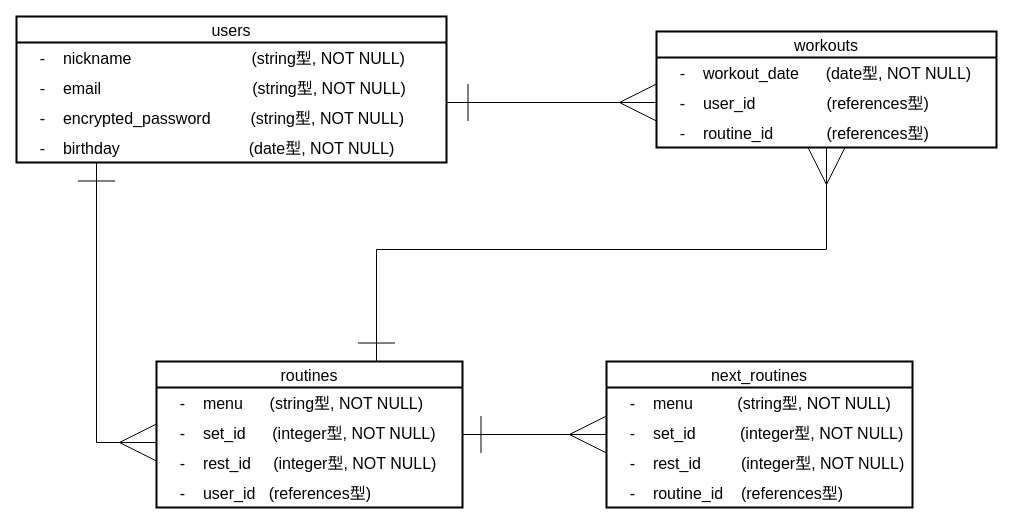
Above: ERgraph.dio in Morlley/muscle-time-keeper (draw.io), before the change. Source tidied: cells renumbered, new cells numbered last; positions are measured from the earlier drawing's top-left corner, leaving out a move shared by most shapes. Both pictures are drawn from the tidied source at 100%, with x=0, y=0 at pixel (16, 16).
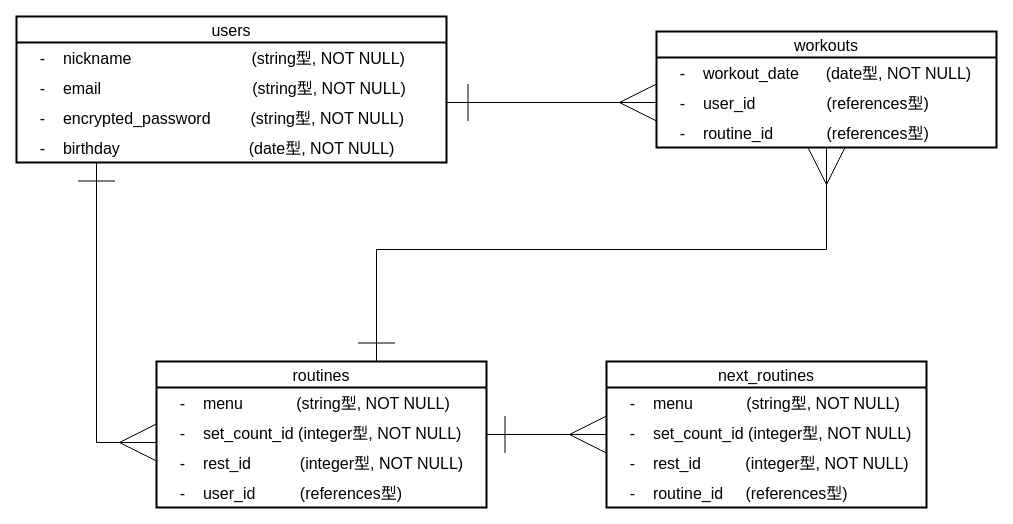
The same diagram, later.

Commit message (it also covers changes not shown here):
Routine及びNextRoutineのsetをset_count_id

Change to the diagram source:
```diff
@@
     <mxCell id="13" value="routines" style="swimlane;fontStyle=0;horizontal=1;startSize=26;align=center;fontSize=16;strokeWidth=2;" parent="1" vertex="1">
-      <mxGeometry x="140" y="345" width="306" height="146" as="geometry" />
+      <mxGeometry x="140" y="345" width="330" height="146" as="geometry" />
     </mxCell>
-    <mxCell id="14" value="    -    menu      (string型, NOT NULL)" style="text;strokeColor=none;fillColor=none;spacingLeft=4;spacingRight=4;overflow=hidden;fontSize=16;strokeWidth=2;" parent="13" vertex="1">
-      <mxGeometry y="26" width="306" height="30" as="geometry" />
+    <mxCell id="14" value="    -    menu            (string型, NOT NULL)" style="text;strokeColor=none;fillColor=none;spacingLeft=4;spacingRight=4;overflow=hidden;fontSize=16;strokeWidth=2;" parent="13" vertex="1">
+      <mxGeometry y="26" width="330" height="30" as="geometry" />
     </mxCell>
-    <mxCell id="15" value="    -    set_id      (integer型, NOT NULL)" style="text;strokeColor=none;fillColor=none;spacingLeft=4;spacingRight=4;overflow=hidden;fontSize=16;strokeWidth=2;" parent="13" vertex="1">
-      <mxGeometry y="56" width="306" height="30" as="geometry" />
+    <mxCell id="15" value="    -    set_count_id (integer型, NOT NULL)" style="text;strokeColor=none;fillColor=none;spacingLeft=4;spacingRight=4;overflow=hidden;fontSize=16;strokeWidth=2;" parent="13" vertex="1">
+      <mxGeometry y="56" width="330" height="30" as="geometry" />
     </mxCell>
-    <mxCell id="16" value="    -    rest_id     (integer型, NOT NULL)" style="text;strokeColor=none;fillColor=none;spacingLeft=4;spacingRight=4;overflow=hidden;fontSize=16;strokeWidth=2;" parent="13" vertex="1">
-      <mxGeometry y="86" width="306" height="30" as="geometry" />
+    <mxCell id="16" value="    -    rest_id           (integer型, NOT NULL)" style="text;strokeColor=none;fillColor=none;spacingLeft=4;spacingRight=4;overflow=hidden;fontSize=16;strokeWidth=2;" parent="13" vertex="1">
+      <mxGeometry y="86" width="330" height="30" as="geometry" />
     </mxCell>
-    <mxCell id="17" value="    -    user_id   (references型)" style="text;strokeColor=none;fillColor=none;spacingLeft=4;spacingRight=4;overflow=hidden;fontSize=16;strokeWidth=2;" parent="13" vertex="1">
-      <mxGeometry y="116" width="306" height="30" as="geometry" />
+    <mxCell id="17" value="    -    user_id          (references型)" style="text;strokeColor=none;fillColor=none;spacingLeft=4;spacingRight=4;overflow=hidden;fontSize=16;strokeWidth=2;" parent="13" vertex="1">
+      <mxGeometry y="116" width="330" height="30" as="geometry" />
     </mxCell>
@@
     <mxCell id="19" value="next_routines" style="swimlane;fontStyle=0;horizontal=1;startSize=26;align=center;fontSize=16;strokeWidth=2;" parent="1" vertex="1">
-      <mxGeometry x="590" y="345" width="306" height="146" as="geometry" />
+      <mxGeometry x="590" y="345" width="320" height="146" as="geometry" />
     </mxCell>
-    <mxCell id="20" value="    -    menu          (string型, NOT NULL)" style="text;strokeColor=none;fillColor=none;spacingLeft=4;spacingRight=4;overflow=hidden;fontSize=16;strokeWidth=2;" parent="19" vertex="1">
-      <mxGeometry y="26" width="306" height="30" as="geometry" />
+    <mxCell id="20" value="    -    menu            (string型, NOT NULL)" style="text;strokeColor=none;fillColor=none;spacingLeft=4;spacingRight=4;overflow=hidden;fontSize=16;strokeWidth=2;" parent="19" vertex="1">
+      <mxGeometry y="26" width="320" height="30" as="geometry" />
     </mxCell>
-    <mxCell id="21" value="    -    set_id          (integer型, NOT NULL)" style="text;strokeColor=none;fillColor=none;spacingLeft=4;spacingRight=4;overflow=hidden;fontSize=16;strokeWidth=2;" parent="19" vertex="1">
-      <mxGeometry y="56" width="306" height="30" as="geometry" />
+    <mxCell id="21" value="    -    set_count_id (integer型, NOT NULL)" style="text;strokeColor=none;fillColor=none;spacingLeft=4;spacingRight=4;overflow=hidden;fontSize=16;strokeWidth=2;" parent="19" vertex="1">
+      <mxGeometry y="56" width="320" height="30" as="geometry" />
     </mxCell>
-    <mxCell id="22" value="    -    rest_id         (integer型, NOT NULL)" style="text;strokeColor=none;fillColor=none;spacingLeft=4;spacingRight=4;overflow=hidden;fontSize=16;strokeWidth=2;" parent="19" vertex="1">
-      <mxGeometry y="86" width="306" height="30" as="geometry" />
+    <mxCell id="22" value="    -    rest_id          (integer型, NOT NULL)" style="text;strokeColor=none;fillColor=none;spacingLeft=4;spacingRight=4;overflow=hidden;fontSize=16;strokeWidth=2;" parent="19" vertex="1">
+      <mxGeometry y="86" width="320" height="30" as="geometry" />
     </mxCell>
-    <mxCell id="23" value="    -    routine_id    (references型)" style="text;strokeColor=none;fillColor=none;spacingLeft=4;spacingRight=4;overflow=hidden;fontSize=16;strokeWidth=2;" parent="19" vertex="1">
-      <mxGeometry y="116" width="306" height="30" as="geometry" />
+    <mxCell id="23" value="    -    routine_id     (references型)" style="text;strokeColor=none;fillColor=none;spacingLeft=4;spacingRight=4;overflow=hidden;fontSize=16;strokeWidth=2;" parent="19" vertex="1">
+      <mxGeometry y="116" width="320" height="30" as="geometry" />
     </mxCell>
```
